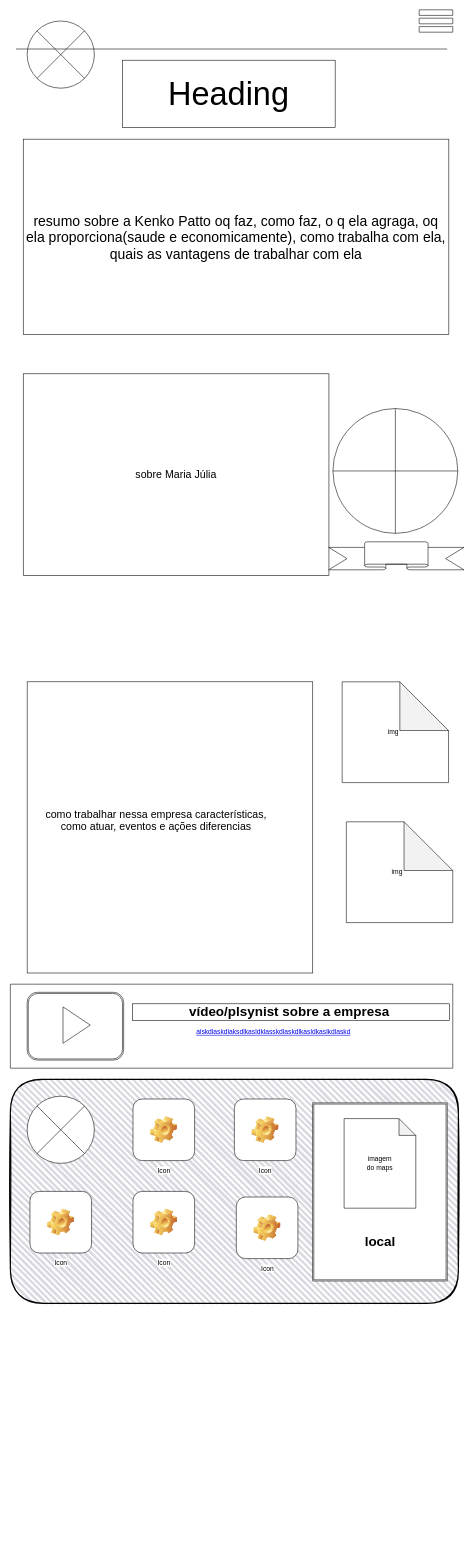
Before: page "Page-2" (2 of 2) of Diagrama sem nome.drawio in josezito69/html5css3, a draw.io diagram. Source tidied: cells renumbered, new cells numbered last; positions are measured from the earlier drawing's top-left corner, leaving out a move shared by most shapes. Both pictures are drawn from the tidied source at 56%, with x=0, y=0 at pixel (10, 10).
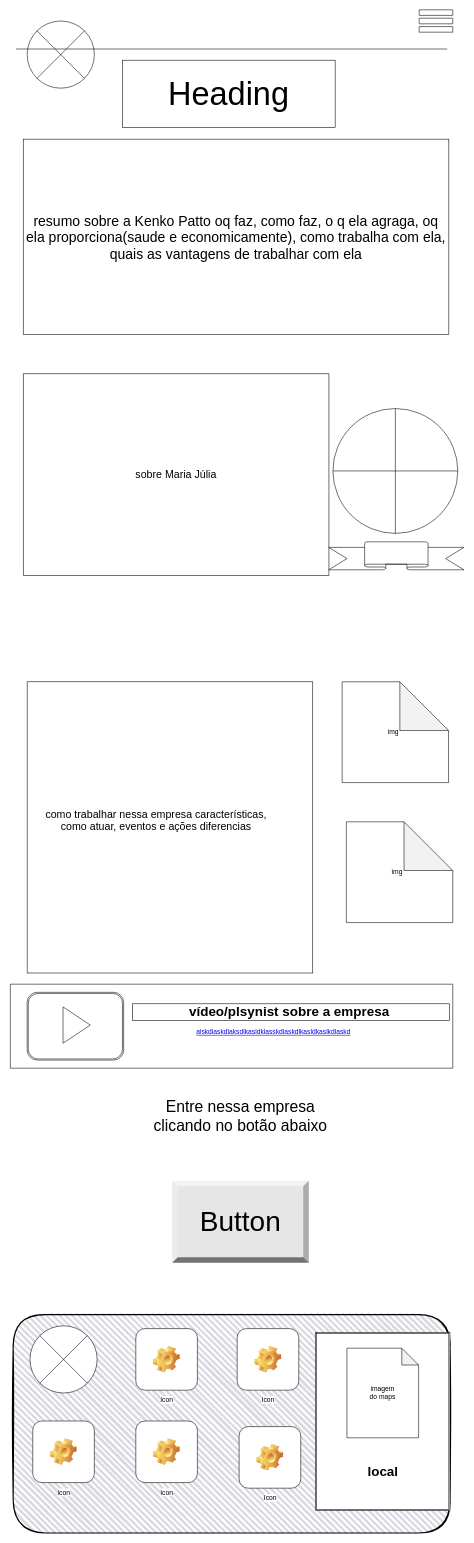
The same page after the edit.

Diff of the diagram source:
```diff
@@
     <mxCell id="2" style="rounded=1;whiteSpace=wrap;html=1;strokeWidth=2;fillWeight=4;hachureGap=8;hachureAngle=45;fillColor=#DAD9E2;sketch=1;" parent="1" vertex="1">
-      <mxGeometry y="1910" width="800" height="400" as="geometry" />
+      <mxGeometry x="5" y="2330" width="780" height="390" as="geometry" />
     </mxCell>
@@
     <mxCell id="24" value="Icon" style="icon;html=1;image=img/clipart/Gear_128x128.png;" parent="1" vertex="1">
-      <mxGeometry x="219" y="1945" width="110" height="110" as="geometry" />
+      <mxGeometry x="224" y="2355" width="110" height="110" as="geometry" />
     </mxCell>
     <mxCell id="25" style="shape=sumEllipse;perimeter=ellipsePerimeter;whiteSpace=wrap;html=1;backgroundOutline=1;" parent="1" vertex="1">
-      <mxGeometry x="30" y="1940" width="120" height="120" as="geometry" />
+      <mxGeometry x="35" y="2350" width="120" height="120" as="geometry" />
     </mxCell>
     <mxCell id="26" value="Icon" style="icon;html=1;image=img/clipart/Gear_128x128.png;" parent="1" vertex="1">
-      <mxGeometry x="400" y="1945" width="110" height="110" as="geometry" />
+      <mxGeometry x="405" y="2355" width="110" height="110" as="geometry" />
     </mxCell>
     <mxCell id="27" value="Icon" style="icon;html=1;image=img/clipart/Gear_128x128.png;" parent="1" vertex="1">
-      <mxGeometry x="403.5" y="2120" width="110" height="110" as="geometry" />
+      <mxGeometry x="408.5" y="2530" width="110" height="110" as="geometry" />
     </mxCell>
     <mxCell id="28" value="Icon" style="icon;html=1;image=img/clipart/Gear_128x128.png;" parent="1" vertex="1">
-      <mxGeometry x="35" y="2110" width="110" height="110" as="geometry" />
+      <mxGeometry x="40" y="2520" width="110" height="110" as="geometry" />
     </mxCell>
     <mxCell id="29" value="Icon" style="icon;html=1;image=img/clipart/Gear_128x128.png;" parent="1" vertex="1">
-      <mxGeometry x="219" y="2110" width="110" height="110" as="geometry" />
+      <mxGeometry x="224" y="2520" width="110" height="110" as="geometry" />
     </mxCell>
     <mxCell id="30" style="shape=ext;double=1;rounded=0;whiteSpace=wrap;html=1;" parent="1" vertex="1">
-      <mxGeometry x="540" y="1952" width="240" height="318" as="geometry" />
+      <mxGeometry x="545" y="2362" width="240" height="318" as="geometry" />
     </mxCell>
     <mxCell id="31" value="local" style="text;strokeColor=none;fillColor=none;html=1;fontSize=24;fontStyle=1;verticalAlign=middle;align=center;" parent="1" vertex="1">
-      <mxGeometry x="610" y="2180" width="100" height="40" as="geometry" />
+      <mxGeometry x="615" y="2590" width="100" height="40" as="geometry" />
     </mxCell>
     <mxCell id="32" style="shape=note;whiteSpace=wrap;html=1;backgroundOutline=1;darkOpacity=0.05;" parent="1" vertex="1">
-      <mxGeometry x="596" y="1980" width="128" height="160" as="geometry" />
+      <mxGeometry x="601" y="2390" width="128" height="160" as="geometry" />
     </mxCell>
     <mxCell id="33" value="imagem do maps" style="text;html=1;align=center;verticalAlign=middle;whiteSpace=wrap;rounded=0;" parent="1" vertex="1">
-      <mxGeometry x="630" y="2045" width="60" height="30" as="geometry" />
+      <mxGeometry x="635" y="2455" width="60" height="30" as="geometry" />
     </mxCell>
+    <mxCell id="34" value="Entre nessa empresa clicando no botão abaixo" style="text;html=1;align=center;verticalAlign=middle;whiteSpace=wrap;rounded=0;fontSize=28;" parent="1" vertex="1">
+      <mxGeometry x="246" y="1960" width="330" height="30" as="geometry" />
+    </mxCell>
+    <mxCell id="35" value="&lt;font style=&quot;font-size: 50px;&quot;&gt;Button&lt;/font&gt;" style="labelPosition=center;verticalLabelPosition=middle;align=center;html=1;shape=mxgraph.basic.shaded_button;dx=10;fillColor=#E6E6E6;strokeColor=none;whiteSpace=wrap;" parent="1" vertex="1">
+      <mxGeometry x="289" y="2091" width="244" height="146.4" as="geometry" />
+    </mxCell>
```
